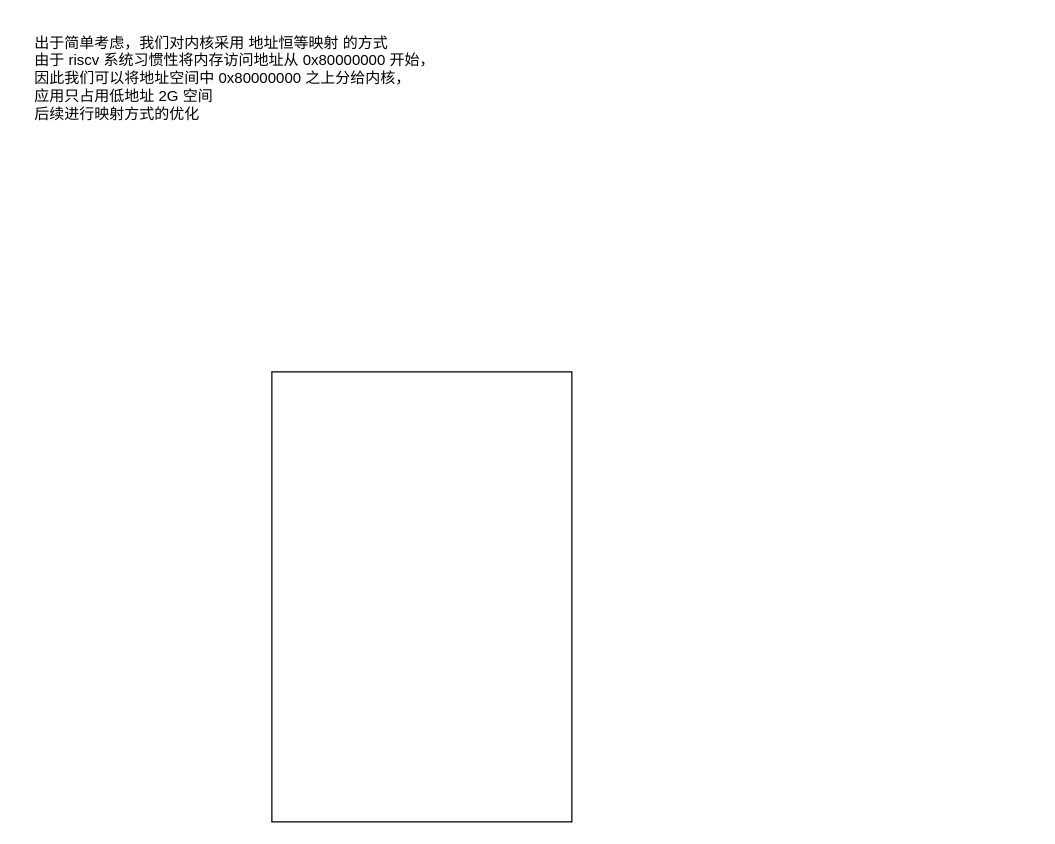
Before: page "memory address" (1 of 2) of drawio/mm.drawio in croakexciting/forfun-os, a draw.io diagram. Source tidied: cells renumbered, new cells numbered last; positions are measured from the earlier drawing's top-left corner, leaving out a move shared by most shapes. Both pictures are drawn from the tidied source at 125%, with x=0, y=0 at pixel (21, 21).
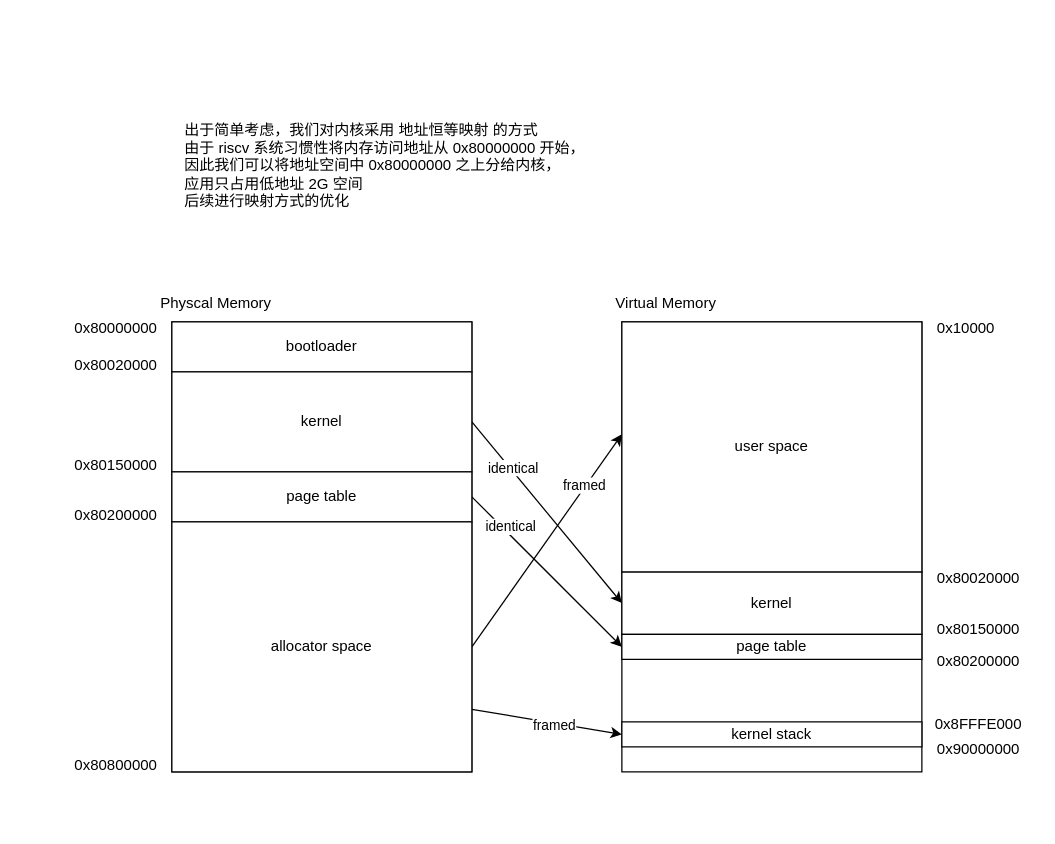
After the change.

Diff of the diagram source:
```diff
@@
     <mxCell id="2" style="rounded=0;whiteSpace=wrap;html=1;" parent="1" vertex="1">
-      <mxGeometry x="200" y="280" width="240" height="360" as="geometry" />
+      <mxGeometry x="120" y="240" width="240" height="360" as="geometry" />
     </mxCell>
     <mxCell id="3" value="&lt;div style=&quot;text-align: left;&quot;&gt;&lt;span style=&quot;background-color: initial;&quot;&gt;出于简单考虑，我们对内核采用 地址恒等映射 的方式&lt;/span&gt;&lt;/div&gt;&lt;div style=&quot;text-align: left;&quot;&gt;&lt;span style=&quot;background-color: initial;&quot;&gt;由于 riscv 系统习惯性将内存访问地址从 0x80000000 开始，&lt;/span&gt;&lt;/div&gt;&lt;div style=&quot;text-align: left;&quot;&gt;&lt;span style=&quot;background-color: initial;&quot;&gt;因此我们可以将地址空间中 0x80000000 之上分给内核，&lt;/span&gt;&lt;/div&gt;&lt;div style=&quot;text-align: left;&quot;&gt;&lt;span style=&quot;background-color: initial;&quot;&gt;应用只占用低地址 2G 空间&lt;/span&gt;&lt;/div&gt;&lt;div style=&quot;text-align: left;&quot;&gt;&lt;span style=&quot;background-color: initial;&quot;&gt;后续进行映射方式的优化&lt;/span&gt;&lt;/div&gt;" style="text;html=1;align=center;verticalAlign=middle;strokeColor=none;fillColor=none;" parent="1" vertex="1">
-      <mxGeometry width="340" height="90" as="geometry" />
+      <mxGeometry x="120" y="70" width="340" height="90" as="geometry" />
     </mxCell>
+    <mxCell id="4" value="Physcal Memory" style="text;html=1;align=center;verticalAlign=middle;strokeColor=none;fillColor=none;" parent="1" vertex="1">
+      <mxGeometry x="100" y="210" width="110" height="30" as="geometry" />
+    </mxCell>
+    <mxCell id="5" value="bootloader" style="rounded=0;whiteSpace=wrap;html=1;" parent="1" vertex="1">
+      <mxGeometry x="120" y="240" width="240" height="40" as="geometry" />
+    </mxCell>
+    <mxCell id="6" value="0x80000000" style="text;html=1;align=center;verticalAlign=middle;strokeColor=none;fillColor=none;" parent="1" vertex="1">
+      <mxGeometry x="30" y="230" width="90" height="30" as="geometry" />
+    </mxCell>
+    <mxCell id="7" value="0x80020000" style="text;html=1;align=center;verticalAlign=middle;strokeColor=none;fillColor=none;" parent="1" vertex="1">
+      <mxGeometry x="30" y="260" width="90" height="30" as="geometry" />
+    </mxCell>
+    <mxCell id="8" style="edgeStyle=none;html=1;exitX=1;exitY=0.5;exitDx=0;exitDy=0;entryX=0;entryY=0.5;entryDx=0;entryDy=0;" parent="1" edge="1" source="10" target="25">
+      <mxGeometry relative="1" as="geometry" />
+    </mxCell>
+    <mxCell id="9" value="identical" style="edgeLabel;html=1;align=center;verticalAlign=middle;" parent="8" vertex="1">
+      <mxGeometry x="-0.48" y="2" relative="1" as="geometry" />
+    </mxCell>
+    <mxCell id="10" value="kernel" style="rounded=0;whiteSpace=wrap;html=1;" parent="1" vertex="1">
+      <mxGeometry x="120" y="280" width="240" height="80" as="geometry" />
+    </mxCell>
+    <mxCell id="11" value="0x80150000" style="text;html=1;align=center;verticalAlign=middle;strokeColor=none;fillColor=none;" parent="1" vertex="1">
+      <mxGeometry x="30" y="340" width="90" height="30" as="geometry" />
+    </mxCell>
+    <mxCell id="12" style="edgeStyle=none;html=1;exitX=1;exitY=0.5;exitDx=0;exitDy=0;entryX=0;entryY=0.5;entryDx=0;entryDy=0;" parent="1" edge="1" source="16" target="27">
+      <mxGeometry relative="1" as="geometry" />
+    </mxCell>
+    <mxCell id="13" value="identical" style="edgeLabel;html=1;align=center;verticalAlign=middle;" parent="12" vertex="1">
+      <mxGeometry x="-0.69" y="-3" relative="1" as="geometry">
+        <mxPoint x="14" y="3" as="offset" />
+      </mxGeometry>
+    </mxCell>
+    <mxCell id="14" style="edgeStyle=none;html=1;exitX=1;exitY=0.75;exitDx=0;exitDy=0;entryX=0;entryY=0.5;entryDx=0;entryDy=0;" parent="1" edge="1" source="20" target="31">
+      <mxGeometry relative="1" as="geometry" />
+    </mxCell>
+    <mxCell id="15" value="framed" style="edgeLabel;html=1;align=center;verticalAlign=middle;" parent="14" vertex="1">
+      <mxGeometry x="0.34" y="-1" relative="1" as="geometry">
+        <mxPoint x="-15" y="-2" as="offset" />
+      </mxGeometry>
+    </mxCell>
+    <mxCell id="16" value="page table" style="rounded=0;whiteSpace=wrap;html=1;" parent="1" vertex="1">
+      <mxGeometry x="120" y="360" width="240" height="40" as="geometry" />
+    </mxCell>
+    <mxCell id="17" value="0x80200000" style="text;html=1;align=center;verticalAlign=middle;strokeColor=none;fillColor=none;" parent="1" vertex="1">
+      <mxGeometry x="30" y="380" width="90" height="30" as="geometry" />
+    </mxCell>
+    <mxCell id="18" style="edgeStyle=none;html=1;exitX=1;exitY=0.5;exitDx=0;exitDy=0;entryX=0;entryY=0.25;entryDx=0;entryDy=0;" parent="1" edge="1" source="20" target="22">
+      <mxGeometry relative="1" as="geometry" />
+    </mxCell>
+    <mxCell id="19" value="framed" style="edgeLabel;html=1;align=center;verticalAlign=middle;" parent="18" vertex="1">
+      <mxGeometry x="0.09" y="3" relative="1" as="geometry">
+        <mxPoint x="27" y="-35" as="offset" />
+      </mxGeometry>
+    </mxCell>
+    <mxCell id="20" value="allocator space" style="rounded=0;whiteSpace=wrap;html=1;" parent="1" vertex="1">
+      <mxGeometry x="120" y="400" width="240" height="200" as="geometry" />
+    </mxCell>
+    <mxCell id="21" value="0x80800000" style="text;html=1;align=center;verticalAlign=middle;strokeColor=none;fillColor=none;" parent="1" vertex="1">
+      <mxGeometry x="30" y="580" width="90" height="30" as="geometry" />
+    </mxCell>
+    <mxCell id="22" style="rounded=0;whiteSpace=wrap;html=1;" parent="1" vertex="1">
+      <mxGeometry x="480" y="240" width="240" height="360" as="geometry" />
+    </mxCell>
+    <mxCell id="23" value="Virtual Memory" style="text;html=1;align=center;verticalAlign=middle;strokeColor=none;fillColor=none;" parent="1" vertex="1">
+      <mxGeometry x="465" y="210" width="100" height="30" as="geometry" />
+    </mxCell>
+    <mxCell id="24" value="0x10000" style="text;html=1;align=center;verticalAlign=middle;strokeColor=none;fillColor=none;" parent="1" vertex="1">
+      <mxGeometry x="720" y="230" width="70" height="30" as="geometry" />
+    </mxCell>
+    <mxCell id="25" value="kernel" style="rounded=0;whiteSpace=wrap;html=1;" parent="1" vertex="1">
+      <mxGeometry x="480" y="440" width="240" height="50" as="geometry" />
+    </mxCell>
+    <mxCell id="26" value="0x80150000" style="text;html=1;align=center;verticalAlign=middle;strokeColor=none;fillColor=none;" parent="1" vertex="1">
+      <mxGeometry x="720" y="471" width="90" height="30" as="geometry" />
+    </mxCell>
+    <mxCell id="27" value="page table" style="rounded=0;whiteSpace=wrap;html=1;" parent="1" vertex="1">
+      <mxGeometry x="480" y="490" width="240" height="20" as="geometry" />
+    </mxCell>
+    <mxCell id="28" value="0x80020000" style="text;html=1;align=center;verticalAlign=middle;strokeColor=none;fillColor=none;" parent="1" vertex="1">
+      <mxGeometry x="720" y="430" width="90" height="30" as="geometry" />
+    </mxCell>
+    <mxCell id="29" value="0x80200000" style="text;html=1;align=center;verticalAlign=middle;strokeColor=none;fillColor=none;" parent="1" vertex="1">
+      <mxGeometry x="720" y="497" width="90" height="30" as="geometry" />
+    </mxCell>
+    <mxCell id="30" value="user space" style="rounded=0;whiteSpace=wrap;html=1;" parent="1" vertex="1">
+      <mxGeometry x="480" y="240" width="240" height="200" as="geometry" />
+    </mxCell>
+    <mxCell id="31" value="kernel stack" style="rounded=0;whiteSpace=wrap;html=1;" parent="1" vertex="1">
+      <mxGeometry x="480" y="560" width="240" height="20" as="geometry" />
+    </mxCell>
+    <mxCell id="32" value="0x90000000" style="text;html=1;align=center;verticalAlign=middle;strokeColor=none;fillColor=none;" parent="1" vertex="1">
+      <mxGeometry x="720" y="567" width="90" height="30" as="geometry" />
+    </mxCell>
+    <mxCell id="33" value="0x8FFFE000" style="text;html=1;align=center;verticalAlign=middle;strokeColor=none;fillColor=none;" parent="1" vertex="1">
+      <mxGeometry x="720" y="547" width="90" height="30" as="geometry" />
+    </mxCell>
```
